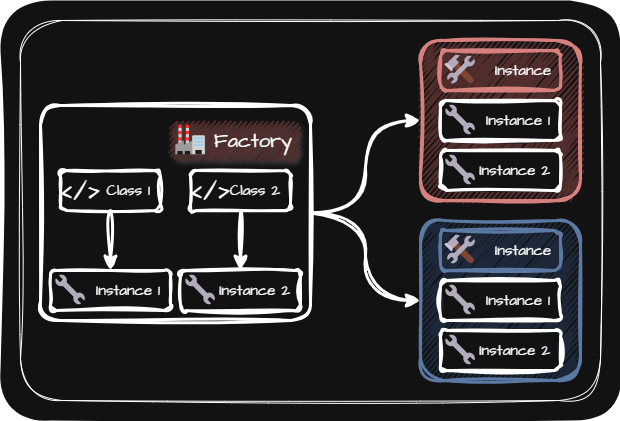
The draw.io diagram img/creation/abstract_factory.png in jjjuuuun/OODP-Java, before a commit. Source tidied: cells renumbered, new cells last; positions are measured from the earlier drawing's top-left corner, leaving out a move shared by most shapes.
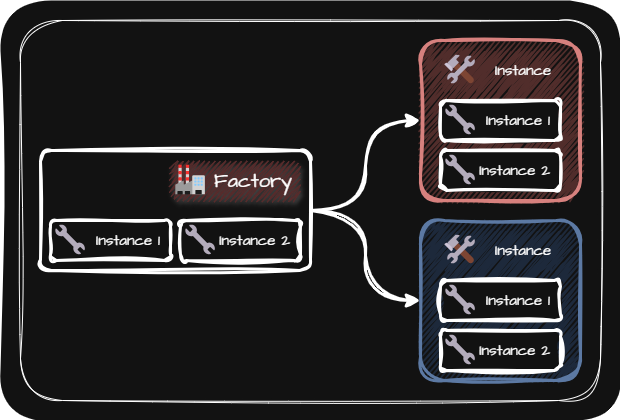
After the commit.

Commit message:
Fix: Abstract Factory image file

Diff of the diagram source:
```diff
@@ -14,86 +14,68 @@
     <mxCell id="5" style="edgeStyle=orthogonalEdgeStyle;curved=1;rounded=0;sketch=1;hachureGap=4;jiggle=2;curveFitting=1;jettySize=auto;html=1;exitX=1;exitY=0.5;exitDx=0;exitDy=0;entryX=0;entryY=0.5;entryDx=0;entryDy=0;fontFamily=Architects Daughter;fontSource=https%3A%2F%2Ffonts.googleapis.com%2Fcss%3Ffamily%3DArchitects%2BDaughter;fontSize=12;startSize=8;endSize=8;strokeWidth=3;" parent="1" edge="1" source="7" target="4">
       <mxGeometry relative="1" as="geometry" />
     </mxCell>
-    <mxCell id="6" style="edgeStyle=orthogonalEdgeStyle;curved=1;rounded=0;sketch=1;hachureGap=4;jiggle=2;curveFitting=1;jettySize=auto;html=1;exitX=1;exitY=0.5;exitDx=0;exitDy=0;entryX=0;entryY=0.5;entryDx=0;entryDy=0;fontFamily=Architects Daughter;fontSource=https%3A%2F%2Ffonts.googleapis.com%2Fcss%3Ffamily%3DArchitects%2BDaughter;fontSize=12;startSize=8;endSize=8;strokeWidth=3;" parent="1" edge="1" source="7" target="26">
+    <mxCell id="6" style="edgeStyle=orthogonalEdgeStyle;curved=1;rounded=0;sketch=1;hachureGap=4;jiggle=2;curveFitting=1;jettySize=auto;html=1;exitX=1;exitY=0.5;exitDx=0;exitDy=0;entryX=0;entryY=0.5;entryDx=0;entryDy=0;fontFamily=Architects Daughter;fontSource=https%3A%2F%2Ffonts.googleapis.com%2Fcss%3Ffamily%3DArchitects%2BDaughter;fontSize=12;startSize=8;endSize=8;strokeWidth=3;" parent="1" edge="1" source="7" target="20">
       <mxGeometry relative="1" as="geometry" />
     </mxCell>
     <mxCell id="7" style="rounded=1;whiteSpace=wrap;html=1;sketch=1;hachureGap=4;jiggle=2;curveFitting=1;fontFamily=Architects Daughter;fontSource=https%3A%2F%2Ffonts.googleapis.com%2Fcss%3Ffamily%3DArchitects%2BDaughter;fontSize=15;strokeWidth=3;align=right;spacingRight=2;arcSize=9;" parent="1" vertex="1">
-      <mxGeometry x="40" y="105" width="270" height="215" as="geometry" />
+      <mxGeometry x="40" y="150" width="270" height="120" as="geometry" />
     </mxCell>
-    <mxCell id="8" value="Instance" style="rounded=1;whiteSpace=wrap;html=1;sketch=1;hachureGap=4;jiggle=2;curveFitting=1;fontFamily=Architects Daughter;fontSource=https%3A%2F%2Ffonts.googleapis.com%2Fcss%3Ffamily%3DArchitects%2BDaughter;fontSize=15;strokeWidth=3;fillColor=#f8cecc;strokeColor=#b85450;align=right;spacingRight=7;" parent="1" vertex="1">
+    <mxCell id="8" value="Instance" style="rounded=1;whiteSpace=wrap;html=1;sketch=1;hachureGap=4;jiggle=2;curveFitting=1;fontFamily=Architects Daughter;fontSource=https%3A%2F%2Ffonts.googleapis.com%2Fcss%3Ffamily%3DArchitects%2BDaughter;fontSize=15;strokeWidth=3;fillColor=#f8cecc;strokeColor=none;align=right;spacingRight=7;" parent="1" vertex="1">
       <mxGeometry x="440" y="50" width="120" height="40" as="geometry" />
     </mxCell>
     <mxCell id="9" value="🛠️" style="rounded=1;whiteSpace=wrap;html=1;sketch=1;hachureGap=4;jiggle=2;curveFitting=1;fontFamily=Architects Daughter;fontSource=https%3A%2F%2Ffonts.googleapis.com%2Fcss%3Ffamily%3DArchitects%2BDaughter;fontSize=30;strokeColor=none;fillColor=none;" parent="1" vertex="1">
       <mxGeometry x="440" y="50" width="40" height="40" as="geometry" />
     </mxCell>
     <mxCell id="10" value="Factory" style="rounded=1;whiteSpace=wrap;html=1;sketch=1;hachureGap=4;jiggle=2;curveFitting=1;fontFamily=Architects Daughter;fontSource=https%3A%2F%2Ffonts.googleapis.com%2Fcss%3Ffamily%3DArchitects%2BDaughter;fillColor=#ffcccc;strokeColor=none;fillStyle=zigzag;strokeWidth=2;shadow=1;fontSize=20;align=right;spacingRight=6;" parent="1" vertex="1">
-      <mxGeometry x="170" y="120" width="130" height="40" as="geometry" />
+      <mxGeometry x="170" y="160" width="130" height="40" as="geometry" />
     </mxCell>
     <mxCell id="11" value="🏭" style="rounded=1;whiteSpace=wrap;html=1;sketch=1;hachureGap=4;jiggle=2;curveFitting=1;fontFamily=Architects Daughter;fontSource=https%3A%2F%2Ffonts.googleapis.com%2Fcss%3Ffamily%3DArchitects%2BDaughter;fontSize=30;strokeColor=none;fillColor=none;" parent="1" vertex="1">
-      <mxGeometry x="170" y="120" width="40" height="40" as="geometry" />
+      <mxGeometry x="170" y="160" width="40" height="40" as="geometry" />
     </mxCell>
-    <mxCell id="12" style="edgeStyle=none;curved=1;rounded=0;sketch=1;hachureGap=4;jiggle=2;curveFitting=1;jettySize=auto;html=1;exitX=0.5;exitY=1;exitDx=0;exitDy=0;entryX=0.5;entryY=0;entryDx=0;entryDy=0;fontFamily=Architects Daughter;fontSource=https%3A%2F%2Ffonts.googleapis.com%2Fcss%3Ffamily%3DArchitects%2BDaughter;fontSize=12;startSize=8;endSize=8;strokeWidth=3;" parent="1" edge="1" source="13" target="15">
-      <mxGeometry relative="1" as="geometry" />
+    <mxCell id="12" value="Instance 1" style="rounded=1;whiteSpace=wrap;html=1;sketch=1;hachureGap=4;jiggle=2;curveFitting=1;fontFamily=Architects Daughter;fontSource=https%3A%2F%2Ffonts.googleapis.com%2Fcss%3Ffamily%3DArchitects%2BDaughter;strokeWidth=3;fontSize=15;align=right;spacingRight=8;" parent="1" vertex="1">
+      <mxGeometry x="50" y="220" width="120" height="40" as="geometry" />
     </mxCell>
-    <mxCell id="13" value="Class 1" style="rounded=1;whiteSpace=wrap;html=1;sketch=1;hachureGap=4;jiggle=2;curveFitting=1;fontFamily=Architects Daughter;fontSource=https%3A%2F%2Ffonts.googleapis.com%2Fcss%3Ffamily%3DArchitects%2BDaughter;strokeWidth=3;fontSize=15;align=right;spacingRight=8;" parent="1" vertex="1">
-      <mxGeometry x="60" y="170" width="100" height="40" as="geometry" />
+    <mxCell id="13" value="🔧" style="rounded=1;whiteSpace=wrap;html=1;sketch=1;hachureGap=4;jiggle=2;curveFitting=1;fontFamily=Architects Daughter;fontSource=https%3A%2F%2Ffonts.googleapis.com%2Fcss%3Ffamily%3DArchitects%2BDaughter;fontSize=30;strokeColor=none;fillColor=none;" parent="1" vertex="1">
+      <mxGeometry x="50" y="220" width="40" height="40" as="geometry" />
     </mxCell>
-    <mxCell id="14" value="&amp;lt;/&amp;gt;" style="rounded=1;whiteSpace=wrap;html=1;sketch=1;hachureGap=4;jiggle=2;curveFitting=1;fontFamily=Architects Daughter;fontSource=https%3A%2F%2Ffonts.googleapis.com%2Fcss%3Ffamily%3DArchitects%2BDaughter;fontSize=30;strokeColor=none;fillColor=none;" parent="1" vertex="1">
-      <mxGeometry x="60" y="170" width="40" height="40" as="geometry" />
+    <mxCell id="14" value="Instance 2" style="rounded=1;whiteSpace=wrap;html=1;sketch=1;hachureGap=4;jiggle=2;curveFitting=1;fontFamily=Architects Daughter;fontSource=https%3A%2F%2Ffonts.googleapis.com%2Fcss%3Ffamily%3DArchitects%2BDaughter;strokeWidth=3;fontSize=15;align=right;spacingRight=8;" parent="1" vertex="1">
+      <mxGeometry x="180" y="220" width="120" height="40" as="geometry" />
     </mxCell>
-    <mxCell id="15" value="Instance 1" style="rounded=1;whiteSpace=wrap;html=1;sketch=1;hachureGap=4;jiggle=2;curveFitting=1;fontFamily=Architects Daughter;fontSource=https%3A%2F%2Ffonts.googleapis.com%2Fcss%3Ffamily%3DArchitects%2BDaughter;strokeWidth=3;fontSize=15;align=right;spacingRight=8;" parent="1" vertex="1">
-      <mxGeometry x="50" y="270" width="120" height="40" as="geometry" />
+    <mxCell id="15" value="🔧" style="rounded=1;whiteSpace=wrap;html=1;sketch=1;hachureGap=4;jiggle=2;curveFitting=1;fontFamily=Architects Daughter;fontSource=https%3A%2F%2Ffonts.googleapis.com%2Fcss%3Ffamily%3DArchitects%2BDaughter;fontSize=30;strokeColor=none;fillColor=none;" parent="1" vertex="1">
+      <mxGeometry x="180" y="220" width="40" height="40" as="geometry" />
     </mxCell>
-    <mxCell id="16" value="🔧" style="rounded=1;whiteSpace=wrap;html=1;sketch=1;hachureGap=4;jiggle=2;curveFitting=1;fontFamily=Architects Daughter;fontSource=https%3A%2F%2Ffonts.googleapis.com%2Fcss%3Ffamily%3DArchitects%2BDaughter;fontSize=30;strokeColor=none;fillColor=none;" parent="1" vertex="1">
-      <mxGeometry x="50" y="270" width="40" height="40" as="geometry" />
+    <mxCell id="16" value="Instance 1" style="rounded=1;whiteSpace=wrap;html=1;sketch=1;hachureGap=4;jiggle=2;curveFitting=1;fontFamily=Architects Daughter;fontSource=https%3A%2F%2Ffonts.googleapis.com%2Fcss%3Ffamily%3DArchitects%2BDaughter;strokeWidth=3;fontSize=15;align=right;spacingRight=8;" parent="1" vertex="1">
+      <mxGeometry x="440" y="100" width="120" height="40" as="geometry" />
     </mxCell>
-    <mxCell id="17" style="edgeStyle=none;curved=1;rounded=0;sketch=1;hachureGap=4;jiggle=2;curveFitting=1;jettySize=auto;html=1;exitX=0.5;exitY=1;exitDx=0;exitDy=0;entryX=0.5;entryY=0;entryDx=0;entryDy=0;fontFamily=Architects Daughter;fontSource=https%3A%2F%2Ffonts.googleapis.com%2Fcss%3Ffamily%3DArchitects%2BDaughter;fontSize=12;startSize=8;endSize=8;strokeWidth=3;" parent="1" edge="1" source="18" target="20">
-      <mxGeometry relative="1" as="geometry" />
+    <mxCell id="17" value="🔧" style="rounded=1;whiteSpace=wrap;html=1;sketch=1;hachureGap=4;jiggle=2;curveFitting=1;fontFamily=Architects Daughter;fontSource=https%3A%2F%2Ffonts.googleapis.com%2Fcss%3Ffamily%3DArchitects%2BDaughter;fontSize=30;strokeColor=none;fillColor=none;" parent="1" vertex="1">
+      <mxGeometry x="440" y="100" width="40" height="40" as="geometry" />
     </mxCell>
-    <mxCell id="18" value="Class 2" style="rounded=1;whiteSpace=wrap;html=1;sketch=1;hachureGap=4;jiggle=2;curveFitting=1;fontFamily=Architects Daughter;fontSource=https%3A%2F%2Ffonts.googleapis.com%2Fcss%3Ffamily%3DArchitects%2BDaughter;strokeWidth=3;fontSize=15;align=right;spacingRight=8;" parent="1" vertex="1">
-      <mxGeometry x="190" y="170" width="100" height="40" as="geometry" />
+    <mxCell id="18" value="Instance 2" style="rounded=1;whiteSpace=wrap;html=1;sketch=1;hachureGap=4;jiggle=2;curveFitting=1;fontFamily=Architects Daughter;fontSource=https%3A%2F%2Ffonts.googleapis.com%2Fcss%3Ffamily%3DArchitects%2BDaughter;strokeWidth=3;fontSize=15;align=right;spacingRight=8;" parent="1" vertex="1">
+      <mxGeometry x="440" y="150" width="120" height="40" as="geometry" />
     </mxCell>
-    <mxCell id="19" value="&amp;lt;/&amp;gt;" style="rounded=1;whiteSpace=wrap;html=1;sketch=1;hachureGap=4;jiggle=2;curveFitting=1;fontFamily=Architects Daughter;fontSource=https%3A%2F%2Ffonts.googleapis.com%2Fcss%3Ffamily%3DArchitects%2BDaughter;fontSize=30;strokeColor=none;fillColor=none;" parent="1" vertex="1">
-      <mxGeometry x="190" y="170" width="40" height="40" as="geometry" />
+    <mxCell id="19" value="🔧" style="rounded=1;whiteSpace=wrap;html=1;sketch=1;hachureGap=4;jiggle=2;curveFitting=1;fontFamily=Architects Daughter;fontSource=https%3A%2F%2Ffonts.googleapis.com%2Fcss%3Ffamily%3DArchitects%2BDaughter;fontSize=30;strokeColor=none;fillColor=none;" parent="1" vertex="1">
+      <mxGeometry x="440" y="150" width="40" height="40" as="geometry" />
     </mxCell>
-    <mxCell id="20" value="Instance 2" style="rounded=1;whiteSpace=wrap;html=1;sketch=1;hachureGap=4;jiggle=2;curveFitting=1;fontFamily=Architects Daughter;fontSource=https%3A%2F%2Ffonts.googleapis.com%2Fcss%3Ffamily%3DArchitects%2BDaughter;strokeWidth=3;fontSize=15;align=right;spacingRight=8;" parent="1" vertex="1">
-      <mxGeometry x="180" y="270" width="120" height="40" as="geometry" />
+    <mxCell id="20" style="rounded=1;whiteSpace=wrap;html=1;sketch=1;hachureGap=4;jiggle=2;curveFitting=1;fontFamily=Architects Daughter;fontSource=https%3A%2F%2Ffonts.googleapis.com%2Fcss%3Ffamily%3DArchitects%2BDaughter;fillColor=#dae8fc;strokeColor=#6c8ebf;fillStyle=zigzag;strokeWidth=3;" parent="1" vertex="1">
+      <mxGeometry x="420" y="220" width="160" height="160" as="geometry" />
     </mxCell>
-    <mxCell id="21" value="🔧" style="rounded=1;whiteSpace=wrap;html=1;sketch=1;hachureGap=4;jiggle=2;curveFitting=1;fontFamily=Architects Daughter;fontSource=https%3A%2F%2Ffonts.googleapis.com%2Fcss%3Ffamily%3DArchitects%2BDaughter;fontSize=30;strokeColor=none;fillColor=none;" parent="1" vertex="1">
-      <mxGeometry x="180" y="270" width="40" height="40" as="geometry" />
+    <mxCell id="21" value="Instance" style="rounded=1;whiteSpace=wrap;html=1;sketch=1;hachureGap=4;jiggle=2;curveFitting=1;fontFamily=Architects Daughter;fontSource=https%3A%2F%2Ffonts.googleapis.com%2Fcss%3Ffamily%3DArchitects%2BDaughter;fontSize=15;strokeWidth=3;fillColor=#dae8fc;strokeColor=none;align=right;spacingRight=7;" parent="1" vertex="1">
+      <mxGeometry x="440" y="230" width="120" height="40" as="geometry" />
     </mxCell>
-    <mxCell id="22" value="Instance 1" style="rounded=1;whiteSpace=wrap;html=1;sketch=1;hachureGap=4;jiggle=2;curveFitting=1;fontFamily=Architects Daughter;fontSource=https%3A%2F%2Ffonts.googleapis.com%2Fcss%3Ffamily%3DArchitects%2BDaughter;strokeWidth=3;fontSize=15;align=right;spacingRight=8;" parent="1" vertex="1">
-      <mxGeometry x="440" y="100" width="120" height="40" as="geometry" />
+    <mxCell id="22" value="🛠️" style="rounded=1;whiteSpace=wrap;html=1;sketch=1;hachureGap=4;jiggle=2;curveFitting=1;fontFamily=Architects Daughter;fontSource=https%3A%2F%2Ffonts.googleapis.com%2Fcss%3Ffamily%3DArchitects%2BDaughter;fontSize=30;strokeColor=none;fillColor=none;" parent="1" vertex="1">
+      <mxGeometry x="440" y="230" width="40" height="40" as="geometry" />
     </mxCell>
-    <mxCell id="23" value="🔧" style="rounded=1;whiteSpace=wrap;html=1;sketch=1;hachureGap=4;jiggle=2;curveFitting=1;fontFamily=Architects Daughter;fontSource=https%3A%2F%2Ffonts.googleapis.com%2Fcss%3Ffamily%3DArchitects%2BDaughter;fontSize=30;strokeColor=none;fillColor=none;" parent="1" vertex="1">
-      <mxGeometry x="440" y="100" width="40" height="40" as="geometry" />
+    <mxCell id="23" value="Instance 1" style="rounded=1;whiteSpace=wrap;html=1;sketch=1;hachureGap=4;jiggle=2;curveFitting=1;fontFamily=Architects Daughter;fontSource=https%3A%2F%2Ffonts.googleapis.com%2Fcss%3Ffamily%3DArchitects%2BDaughter;strokeWidth=3;fontSize=15;align=right;spacingRight=8;" parent="1" vertex="1">
+      <mxGeometry x="440" y="280" width="120" height="40" as="geometry" />
     </mxCell>
-    <mxCell id="24" value="Instance 2" style="rounded=1;whiteSpace=wrap;html=1;sketch=1;hachureGap=4;jiggle=2;curveFitting=1;fontFamily=Architects Daughter;fontSource=https%3A%2F%2Ffonts.googleapis.com%2Fcss%3Ffamily%3DArchitects%2BDaughter;strokeWidth=3;fontSize=15;align=right;spacingRight=8;" parent="1" vertex="1">
-      <mxGeometry x="440" y="150" width="120" height="40" as="geometry" />
+    <mxCell id="24" value="🔧" style="rounded=1;whiteSpace=wrap;html=1;sketch=1;hachureGap=4;jiggle=2;curveFitting=1;fontFamily=Architects Daughter;fontSource=https%3A%2F%2Ffonts.googleapis.com%2Fcss%3Ffamily%3DArchitects%2BDaughter;fontSize=30;strokeColor=none;fillColor=none;" parent="1" vertex="1">
+      <mxGeometry x="440" y="280" width="40" height="40" as="geometry" />
     </mxCell>
-    <mxCell id="25" value="🔧" style="rounded=1;whiteSpace=wrap;html=1;sketch=1;hachureGap=4;jiggle=2;curveFitting=1;fontFamily=Architects Daughter;fontSource=https%3A%2F%2Ffonts.googleapis.com%2Fcss%3Ffamily%3DArchitects%2BDaughter;fontSize=30;strokeColor=none;fillColor=none;" parent="1" vertex="1">
-      <mxGeometry x="440" y="150" width="40" height="40" as="geometry" />
+    <mxCell id="25" value="Instance 2" style="rounded=1;whiteSpace=wrap;html=1;sketch=1;hachureGap=4;jiggle=2;curveFitting=1;fontFamily=Architects Daughter;fontSource=https%3A%2F%2Ffonts.googleapis.com%2Fcss%3Ffamily%3DArchitects%2BDaughter;strokeWidth=3;fontSize=15;align=right;spacingRight=8;" parent="1" vertex="1">
+      <mxGeometry x="440" y="330" width="120" height="40" as="geometry" />
     </mxCell>
-    <mxCell id="26" style="rounded=1;whiteSpace=wrap;html=1;sketch=1;hachureGap=4;jiggle=2;curveFitting=1;fontFamily=Architects Daughter;fontSource=https%3A%2F%2Ffonts.googleapis.com%2Fcss%3Ffamily%3DArchitects%2BDaughter;fillColor=#dae8fc;strokeColor=#6c8ebf;fillStyle=zigzag;strokeWidth=3;" parent="1" vertex="1">
-      <mxGeometry x="420" y="220" width="160" height="160" as="geometry" />
+    <mxCell id="26" value="🔧" style="rounded=1;whiteSpace=wrap;html=1;sketch=1;hachureGap=4;jiggle=2;curveFitting=1;fontFamily=Architects Daughter;fontSource=https%3A%2F%2Ffonts.googleapis.com%2Fcss%3Ffamily%3DArchitects%2BDaughter;fontSize=30;strokeColor=none;fillColor=none;" parent="1" vertex="1">
+      <mxGeometry x="440" y="330" width="40" height="40" as="geometry" />
     </mxCell>
-    <mxCell id="27" value="Instance" style="rounded=1;whiteSpace=wrap;html=1;sketch=1;hachureGap=4;jiggle=2;curveFitting=1;fontFamily=Architects Daughter;fontSource=https%3A%2F%2Ffonts.googleapis.com%2Fcss%3Ffamily%3DArchitects%2BDaughter;fontSize=15;strokeWidth=3;fillColor=#dae8fc;strokeColor=#6c8ebf;align=right;spacingRight=7;" parent="1" vertex="1">
-      <mxGeometry x="440" y="230" width="120" height="40" as="geometry" />
-    </mxCell>
-    <mxCell id="28" value="🛠️" style="rounded=1;whiteSpace=wrap;html=1;sketch=1;hachureGap=4;jiggle=2;curveFitting=1;fontFamily=Architects Daughter;fontSource=https%3A%2F%2Ffonts.googleapis.com%2Fcss%3Ffamily%3DArchitects%2BDaughter;fontSize=30;strokeColor=none;fillColor=none;" parent="1" vertex="1">
-      <mxGeometry x="440" y="230" width="40" height="40" as="geometry" />
-    </mxCell>
-    <mxCell id="29" value="Instance 1" style="rounded=1;whiteSpace=wrap;html=1;sketch=1;hachureGap=4;jiggle=2;curveFitting=1;fontFamily=Architects Daughter;fontSource=https%3A%2F%2Ffonts.googleapis.com%2Fcss%3Ffamily%3DArchitects%2BDaughter;strokeWidth=3;fontSize=15;align=right;spacingRight=8;" parent="1" vertex="1">
-      <mxGeometry x="440" y="280" width="120" height="40" as="geometry" />
-    </mxCell>
-    <mxCell id="30" value="🔧" style="rounded=1;whiteSpace=wrap;html=1;sketch=1;hachureGap=4;jiggle=2;curveFitting=1;fontFamily=Architects Daughter;fontSource=https%3A%2F%2Ffonts.googleapis.com%2Fcss%3Ffamily%3DArchitects%2BDaughter;fontSize=30;strokeColor=none;fillColor=none;" parent="1" vertex="1">
-      <mxGeometry x="440" y="280" width="40" height="40" as="geometry" />
-    </mxCell>
-    <mxCell id="31" value="Instance 2" style="rounded=1;whiteSpace=wrap;html=1;sketch=1;hachureGap=4;jiggle=2;curveFitting=1;fontFamily=Architects Daughter;fontSource=https%3A%2F%2Ffonts.googleapis.com%2Fcss%3Ffamily%3DArchitects%2BDaughter;strokeWidth=3;fontSize=15;align=right;spacingRight=8;" parent="1" vertex="1">
-      <mxGeometry x="440" y="330" width="120" height="40" as="geometry" />
-    </mxCell>
-    <mxCell id="32" value="🔧" style="rounded=1;whiteSpace=wrap;html=1;sketch=1;hachureGap=4;jiggle=2;curveFitting=1;fontFamily=Architects Daughter;fontSource=https%3A%2F%2Ffonts.googleapis.com%2Fcss%3Ffamily%3DArchitects%2BDaughter;fontSize=30;strokeColor=none;fillColor=none;" parent="1" vertex="1">
-      <mxGeometry x="440" y="330" width="40" height="40" as="geometry" />
-    </mxCell>
   </root>
 </mxGraphModel>
```
